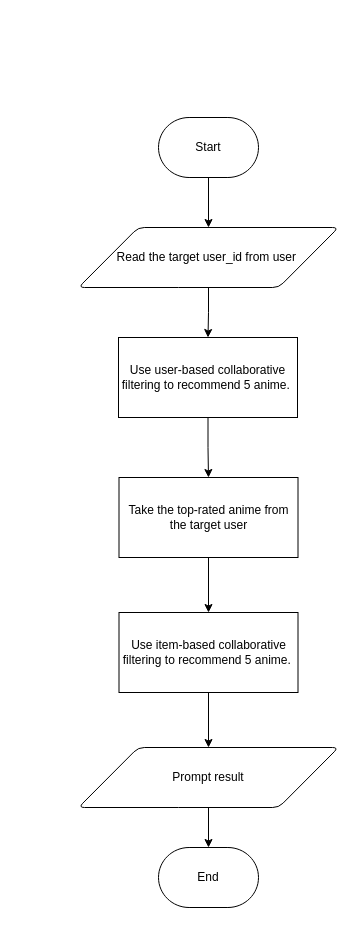
This is page "Assignment" (2 of 2) of AI.drawio from englip2002/DrawIO, a draw.io file, before an edit. Source tidied: cells renumbered, new cells numbered last; positions are measured from the earlier drawing's top-left corner, leaving out a move shared by most shapes. Both pictures are drawn from the tidied source at 100%, with x=0, y=0 at pixel (78, 117).
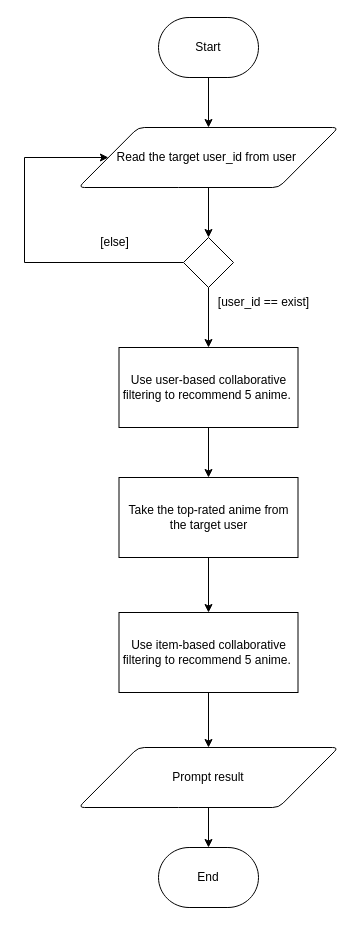
Above is the later version.

Change to the diagram source:
```diff
@@
-    <mxCell id="2" style="edgeStyle=orthogonalEdgeStyle;rounded=0;jettySize=auto;html=1;" parent="1" edge="1" source="3" target="6">
+    <mxCell id="2" style="edgeStyle=orthogonalEdgeStyle;rounded=0;jettySize=auto;html=1;" parent="1" edge="1" source="3" target="17">
       <mxGeometry relative="1" as="geometry" />
     </mxCell>
     <mxCell id="3" value="Read the target user_id from user&amp;nbsp;" style="shape=parallelogram;html=1;strokeWidth=1;perimeter=parallelogramPerimeter;whiteSpace=wrap;rounded=1;arcSize=12;size=0.23;" parent="1" vertex="1">
-      <mxGeometry y="110" width="260" height="60" as="geometry" />
+      <mxGeometry y="10" width="260" height="60" as="geometry" />
     </mxCell>
@@
     <mxCell id="6" value="Use user-based collaborative filtering to recommend 5 anime.&amp;nbsp;" style="rounded=0;whiteSpace=wrap;html=1;" parent="1" vertex="1">
-      <mxGeometry x="40" y="220" width="179" height="80" as="geometry" />
+      <mxGeometry x="40.5" y="230" width="179" height="80" as="geometry" />
     </mxCell>
@@
     <mxCell id="11" value="Start" style="strokeWidth=1;html=1;shape=mxgraph.flowchart.terminator;whiteSpace=wrap;" parent="1" vertex="1">
-      <mxGeometry x="80" width="100" height="60" as="geometry" />
+      <mxGeometry x="80" y="-100" width="100" height="60" as="geometry" />
     </mxCell>
@@
+    <mxCell id="15" style="edgeStyle=orthogonalEdgeStyle;rounded=0;jettySize=auto;html=1;" parent="1" edge="1" source="17" target="6">
+      <mxGeometry relative="1" as="geometry" />
+    </mxCell>
+    <mxCell id="16" style="edgeStyle=orthogonalEdgeStyle;rounded=0;jettySize=auto;html=1;" parent="1" edge="1" source="17" target="3">
+      <mxGeometry relative="1" as="geometry">
+        <Array as="points">
+          <mxPoint x="-54" y="145" />
+          <mxPoint x="-54" y="40" />
+        </Array>
+      </mxGeometry>
+    </mxCell>
+    <mxCell id="17" style="strokeWidth=1;html=1;shape=mxgraph.flowchart.decision;whiteSpace=wrap;" parent="1" vertex="1">
+      <mxGeometry x="105" y="120" width="50" height="50" as="geometry" />
+    </mxCell>
+    <mxCell id="18" value="[user_id == exist]" style="text;html=1;align=center;verticalAlign=middle;strokeColor=none;fillColor=none;" parent="1" vertex="1">
+      <mxGeometry x="130" y="170" width="110" height="30" as="geometry" />
+    </mxCell>
+    <mxCell id="19" value="[else]" style="text;html=1;align=center;verticalAlign=middle;strokeColor=none;fillColor=none;" parent="1" vertex="1">
+      <mxGeometry x="11" y="110" width="50" height="30" as="geometry" />
+    </mxCell>
```
